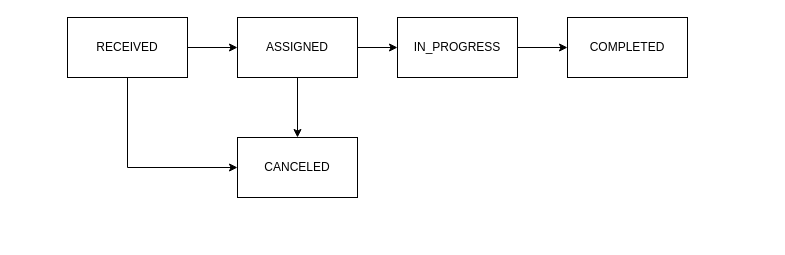
IX-0/ZeroMonos keeps this draw.io diagram as page "request-state-diagram" (2 of 2) of docs/class-zeromonos.drawio. Above is the earlier version. Source tidied: cells renumbered, new cells numbered last; positions are measured from the earlier drawing's top-left corner, leaving out a move shared by most shapes. Both pictures are drawn from the tidied source at 100%, with x=0, y=0 at pixel (67, 17).
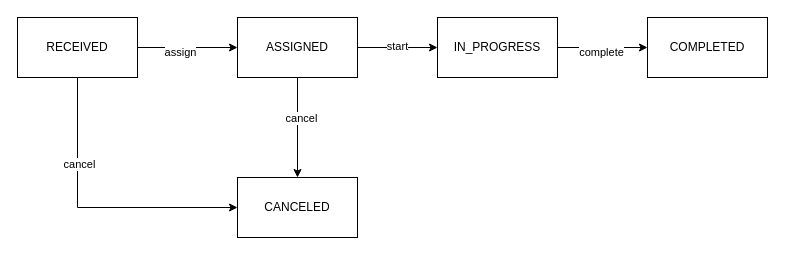
Above is the later version.

What changed in the source:
```diff
@@
 <mxGraphModel>
   <root>
     <mxCell id="0" />
     <mxCell id="1" parent="0" />
     <mxCell id="2" style="edgeStyle=orthogonalEdgeStyle;rounded=0;jettySize=auto;html=1;exitX=1;exitY=0.5;exitDx=0;exitDy=0;entryX=0;entryY=0.5;entryDx=0;entryDy=0;" parent="1" edge="1" source="4" target="7">
       <mxGeometry relative="1" as="geometry" />
     </mxCell>
+    <mxCell id="12" value="assign" style="edgeLabel;html=1;align=center;verticalAlign=middle;" parent="2" vertex="1">
+      <mxGeometry x="-0.16" y="-4" relative="1" as="geometry" />
+    </mxCell>
     <mxCell id="3" style="edgeStyle=orthogonalEdgeStyle;rounded=0;jettySize=auto;html=1;exitX=0.5;exitY=1;exitDx=0;exitDy=0;entryX=0;entryY=0.5;entryDx=0;entryDy=0;" parent="1" edge="1" source="4" target="10">
       <mxGeometry relative="1" as="geometry" />
     </mxCell>
+    <mxCell id="13" value="cancel" style="edgeLabel;html=1;align=center;verticalAlign=middle;" parent="3" vertex="1">
+      <mxGeometry x="-0.41" y="1" relative="1" as="geometry" />
+    </mxCell>
     <mxCell id="4" value="RECEIVED" style="rounded=0;whiteSpace=wrap;html=1;" parent="1" vertex="1">
-      <mxGeometry width="120" height="60" as="geometry" />
+      <mxGeometry x="-50" width="120" height="60" as="geometry" />
     </mxCell>
     <mxCell id="5" style="edgeStyle=orthogonalEdgeStyle;rounded=0;jettySize=auto;html=1;exitX=1;exitY=0.5;exitDx=0;exitDy=0;entryX=0;entryY=0.5;entryDx=0;entryDy=0;" parent="1" edge="1" source="7" target="9">
       <mxGeometry relative="1" as="geometry" />
     </mxCell>
+    <mxCell id="14" value="start" style="edgeLabel;html=1;align=center;verticalAlign=middle;" parent="5" vertex="1">
+      <mxGeometry x="-0.03" y="2" relative="1" as="geometry" />
+    </mxCell>
     <mxCell id="6" style="edgeStyle=orthogonalEdgeStyle;rounded=0;jettySize=auto;html=1;exitX=0.5;exitY=1;exitDx=0;exitDy=0;entryX=0.5;entryY=0;entryDx=0;entryDy=0;" parent="1" edge="1" source="7" target="10">
       <mxGeometry relative="1" as="geometry" />
     </mxCell>
+    <mxCell id="15" value="cancel" style="edgeLabel;html=1;align=center;verticalAlign=middle;" parent="6" vertex="1">
+      <mxGeometry x="-0.2" y="3" relative="1" as="geometry" />
+    </mxCell>
     <mxCell id="7" value="ASSIGNED" style="rounded=0;whiteSpace=wrap;html=1;" parent="1" vertex="1">
       <mxGeometry x="170" width="120" height="60" as="geometry" />
     </mxCell>
     <mxCell id="8" style="edgeStyle=orthogonalEdgeStyle;rounded=0;jettySize=auto;html=1;exitX=1;exitY=0.5;exitDx=0;exitDy=0;entryX=0;entryY=0.5;entryDx=0;entryDy=0;" parent="1" edge="1" source="9" target="11">
       <mxGeometry relative="1" as="geometry" />
     </mxCell>
+    <mxCell id="16" value="complete" style="edgeLabel;html=1;align=center;verticalAlign=middle;" parent="8" vertex="1">
+      <mxGeometry x="-0.04" y="-4" relative="1" as="geometry" />
+    </mxCell>
     <mxCell id="9" value="IN_PROGRESS" style="rounded=0;whiteSpace=wrap;html=1;" parent="1" vertex="1">
-      <mxGeometry x="330" width="120" height="60" as="geometry" />
+      <mxGeometry x="370" width="120" height="60" as="geometry" />
     </mxCell>
     <mxCell id="10" value="CANCELED" style="rounded=0;whiteSpace=wrap;html=1;" parent="1" vertex="1">
-      <mxGeometry x="170" y="120" width="120" height="60" as="geometry" />
+      <mxGeometry x="170" y="160" width="120" height="60" as="geometry" />
     </mxCell>
     <mxCell id="11" value="COMPLETED" style="rounded=0;whiteSpace=wrap;html=1;" parent="1" vertex="1">
-      <mxGeometry x="500" width="120" height="60" as="geometry" />
+      <mxGeometry x="580" width="120" height="60" as="geometry" />
     </mxCell>
   </root>
 </mxGraphModel>
```
